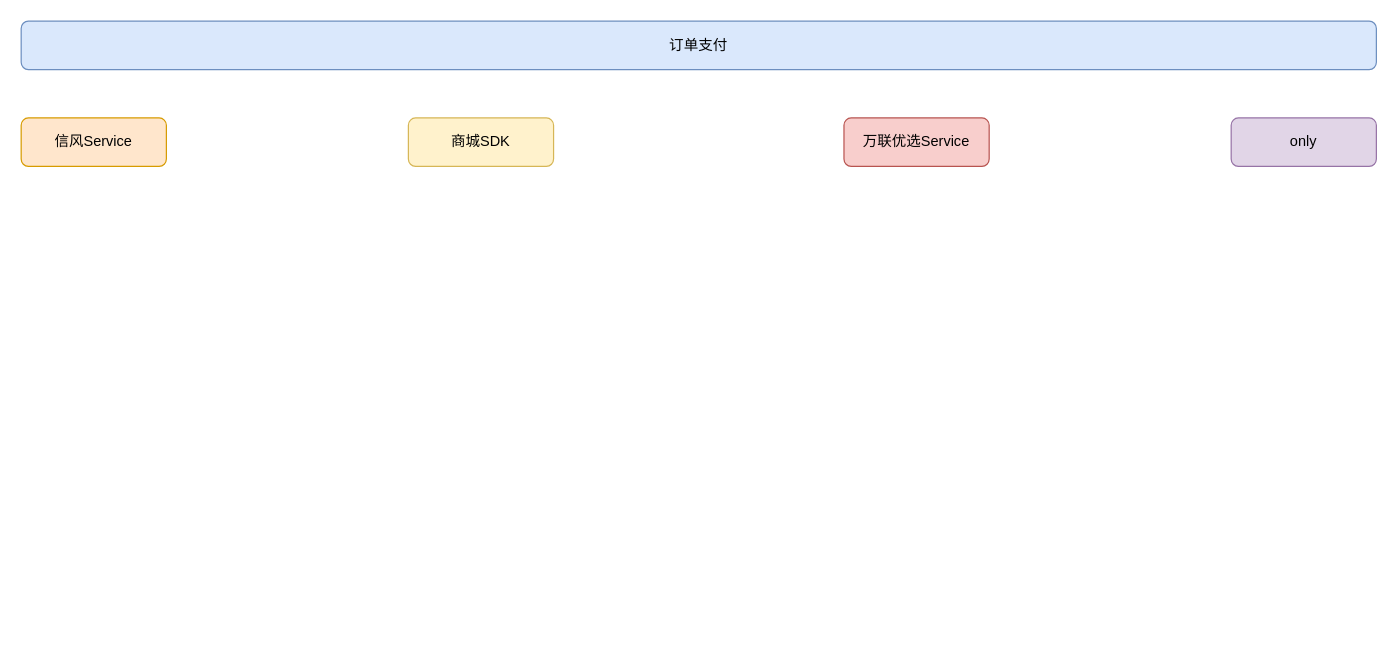
Earlier version of the draw.io diagram drawio/订单.drawio (cjade/flow). Source tidied: cells renumbered, new cells numbered last; positions are measured from the earlier drawing's top-left corner, leaving out a move shared by most shapes. Both pictures are drawn from the tidied source at 121%, with x=0, y=0 at pixel (21, 21).
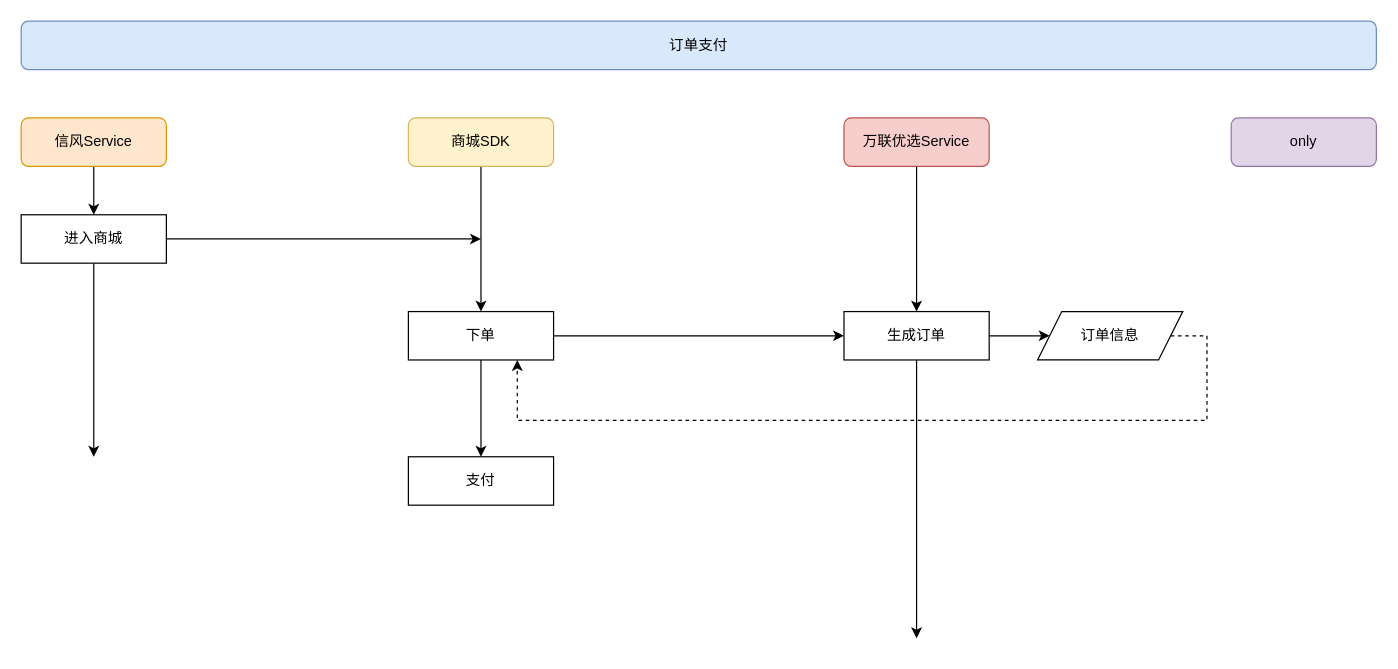
The same page after the edit.

Unchanged cells that the change refers to:
```xml
<mxCell id="3" value="信风Service" style="rounded=1;whiteSpace=wrap;html=1;fillColor=#ffe6cc;strokeColor=#d79b00;" parent="1" vertex="1">
  <mxGeometry y="80" width="120" height="40" as="geometry" />
</mxCell>
<mxCell id="4" value="万联优选Service" style="rounded=1;whiteSpace=wrap;html=1;fillColor=#f8cecc;strokeColor=#b85450;" parent="1" vertex="1">
  <mxGeometry x="680" y="80" width="120" height="40" as="geometry" />
</mxCell>
<mxCell id="5" value="商城SDK" style="rounded=1;whiteSpace=wrap;html=1;fillColor=#fff2cc;strokeColor=#d6b656;" parent="1" vertex="1">
  <mxGeometry x="320" y="80" width="120" height="40" as="geometry" />
</mxCell>
```

What changed in the source:
```diff
@@
+    <mxCell id="7" style="edgeStyle=orthogonalEdgeStyle;rounded=0;jettySize=auto;html=1;exitX=0.5;exitY=1;exitDx=0;exitDy=0;" parent="1" edge="1" source="3">
+      <mxGeometry relative="1" as="geometry">
+        <mxPoint x="60" y="160" as="targetPoint" />
+      </mxGeometry>
+    </mxCell>
@@
+    <mxCell id="8" style="edgeStyle=orthogonalEdgeStyle;rounded=0;jettySize=auto;html=1;exitX=0.5;exitY=1;exitDx=0;exitDy=0;entryX=0.5;entryY=0;entryDx=0;entryDy=0;" parent="1" edge="1" source="4" target="20">
+      <mxGeometry relative="1" as="geometry" />
+    </mxCell>
@@
+    <mxCell id="9" style="edgeStyle=orthogonalEdgeStyle;rounded=0;jettySize=auto;html=1;exitX=0.5;exitY=1;exitDx=0;exitDy=0;" parent="1" edge="1" source="5">
+      <mxGeometry relative="1" as="geometry">
+        <mxPoint x="380" y="240" as="targetPoint" />
+      </mxGeometry>
+    </mxCell>
@@
+    <mxCell id="10" style="edgeStyle=orthogonalEdgeStyle;rounded=0;jettySize=auto;html=1;exitX=1;exitY=0.5;exitDx=0;exitDy=0;" parent="1" edge="1" source="12">
+      <mxGeometry relative="1" as="geometry">
+        <mxPoint x="380" y="180" as="targetPoint" />
+      </mxGeometry>
+    </mxCell>
+    <mxCell id="11" style="edgeStyle=orthogonalEdgeStyle;rounded=0;jettySize=auto;html=1;exitX=0.5;exitY=1;exitDx=0;exitDy=0;strokeColor=#000000;" parent="1" edge="1" source="12">
+      <mxGeometry relative="1" as="geometry">
+        <mxPoint x="60" y="360" as="targetPoint" />
+      </mxGeometry>
+    </mxCell>
+    <mxCell id="12" value="进入商城" style="whiteSpace=wrap;html=1;" parent="1" vertex="1">
+      <mxGeometry y="160" width="120" height="40" as="geometry" />
+    </mxCell>
+    <mxCell id="13" style="edgeStyle=orthogonalEdgeStyle;rounded=0;orthogonalLoop=1;jettySize=auto;html=1;exitX=0.5;exitY=1;exitDx=0;exitDy=0;" parent="1" edge="1">
+      <mxGeometry relative="1" as="geometry">
+        <mxPoint x="380" y="340" as="sourcePoint" />
+        <mxPoint x="380" y="340" as="targetPoint" />
+      </mxGeometry>
+    </mxCell>
+    <mxCell id="14" style="edgeStyle=orthogonalEdgeStyle;rounded=0;orthogonalLoop=1;jettySize=auto;html=1;exitX=0.5;exitY=1;exitDx=0;exitDy=0;" parent="1" edge="1">
+      <mxGeometry relative="1" as="geometry">
+        <mxPoint x="380" y="340" as="sourcePoint" />
+        <mxPoint x="380" y="340" as="targetPoint" />
+      </mxGeometry>
+    </mxCell>
+    <mxCell id="15" style="edgeStyle=orthogonalEdgeStyle;rounded=0;jettySize=auto;html=1;exitX=1;exitY=0.5;exitDx=0;exitDy=0;entryX=0;entryY=0.5;entryDx=0;entryDy=0;" parent="1" edge="1" source="17" target="20">
+      <mxGeometry relative="1" as="geometry" />
+    </mxCell>
+    <mxCell id="16" style="edgeStyle=orthogonalEdgeStyle;rounded=0;jettySize=auto;html=1;exitX=0.5;exitY=1;exitDx=0;exitDy=0;" parent="1" edge="1" source="17">
+      <mxGeometry relative="1" as="geometry">
+        <mxPoint x="380" y="360" as="targetPoint" />
+      </mxGeometry>
+    </mxCell>
+    <mxCell id="17" value="下单" style="rounded=0;whiteSpace=wrap;html=1;" parent="1" vertex="1">
+      <mxGeometry x="320" y="240" width="120" height="40" as="geometry" />
+    </mxCell>
+    <mxCell id="18" style="edgeStyle=orthogonalEdgeStyle;rounded=0;jettySize=auto;html=1;exitX=1;exitY=0.5;exitDx=0;exitDy=0;entryX=0;entryY=0.5;entryDx=0;entryDy=0;" parent="1" edge="1" source="20" target="22">
+      <mxGeometry relative="1" as="geometry" />
+    </mxCell>
+    <mxCell id="19" style="edgeStyle=orthogonalEdgeStyle;rounded=0;jettySize=auto;html=1;exitX=0.5;exitY=1;exitDx=0;exitDy=0;" parent="1" edge="1" source="20">
+      <mxGeometry relative="1" as="geometry">
+        <mxPoint x="740" y="510" as="targetPoint" />
+      </mxGeometry>
+    </mxCell>
+    <mxCell id="20" value="生成订单" style="whiteSpace=wrap;html=1;" parent="1" vertex="1">
+      <mxGeometry x="680" y="240" width="120" height="40" as="geometry" />
+    </mxCell>
+    <mxCell id="21" style="edgeStyle=orthogonalEdgeStyle;rounded=0;jettySize=auto;html=1;exitX=1;exitY=0.5;exitDx=0;exitDy=0;entryX=0.75;entryY=1;entryDx=0;entryDy=0;dashed=1;" parent="1" edge="1" source="22" target="17">
+      <mxGeometry relative="1" as="geometry">
+        <Array as="points">
+          <mxPoint x="980" y="260" />
+          <mxPoint x="980" y="330" />
+          <mxPoint x="410" y="330" />
+        </Array>
+      </mxGeometry>
+    </mxCell>
+    <mxCell id="22" value="订单信息" style="shape=parallelogram;perimeter=parallelogramPerimeter;whiteSpace=wrap;html=1;fixedSize=1;" parent="1" vertex="1">
+      <mxGeometry x="840" y="240" width="120" height="40" as="geometry" />
+    </mxCell>
+    <mxCell id="23" value="支付" style="rounded=0;whiteSpace=wrap;html=1;" parent="1" vertex="1">
+      <mxGeometry x="320" y="360" width="120" height="40" as="geometry" />
+    </mxCell>
```
